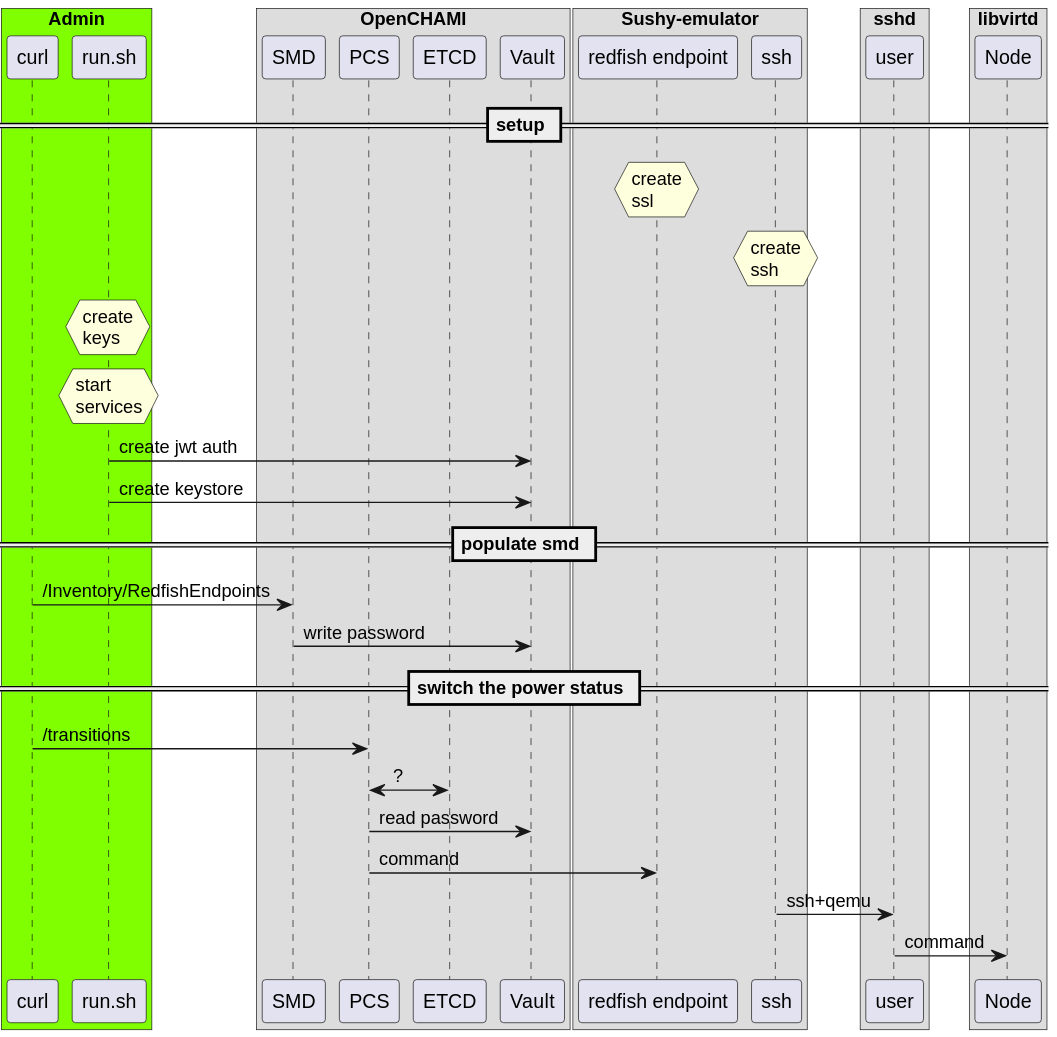
Above: quickstart/assets/sequence-openchami-testing-environment.svg in OpenCHAMI/deployment-recipes (PlantUML), before the change. Its source is kept beside it as quickstart/assets/sequence-openchami-testing-environment.plantuml.
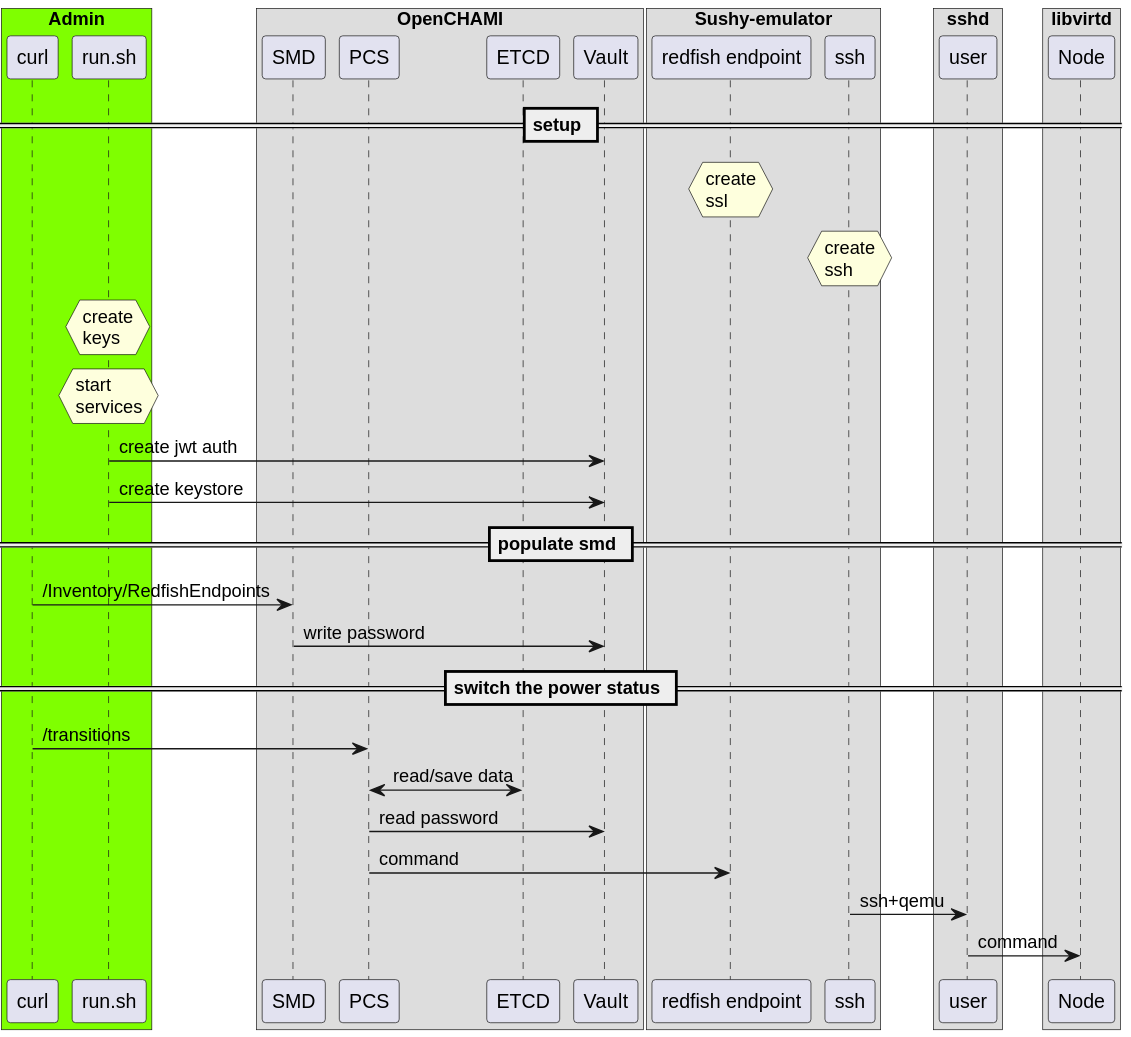
The same file after the commit.

Commit message:
assets(sequence): etcd<->pcs

Diff of the diagram source:
```diff
@@ -44,7 +44,7 @@
 == switch the power status ==
 
 curl -> pcs : /transitions
-pcs <-> etcd : ?
+pcs <-> etcd : read/save data
 pcs -> vault : read password
 pcs -> sushy_emulator_rfe : command
 sushy_emulator_ssh -> user : ssh+qemu
```
